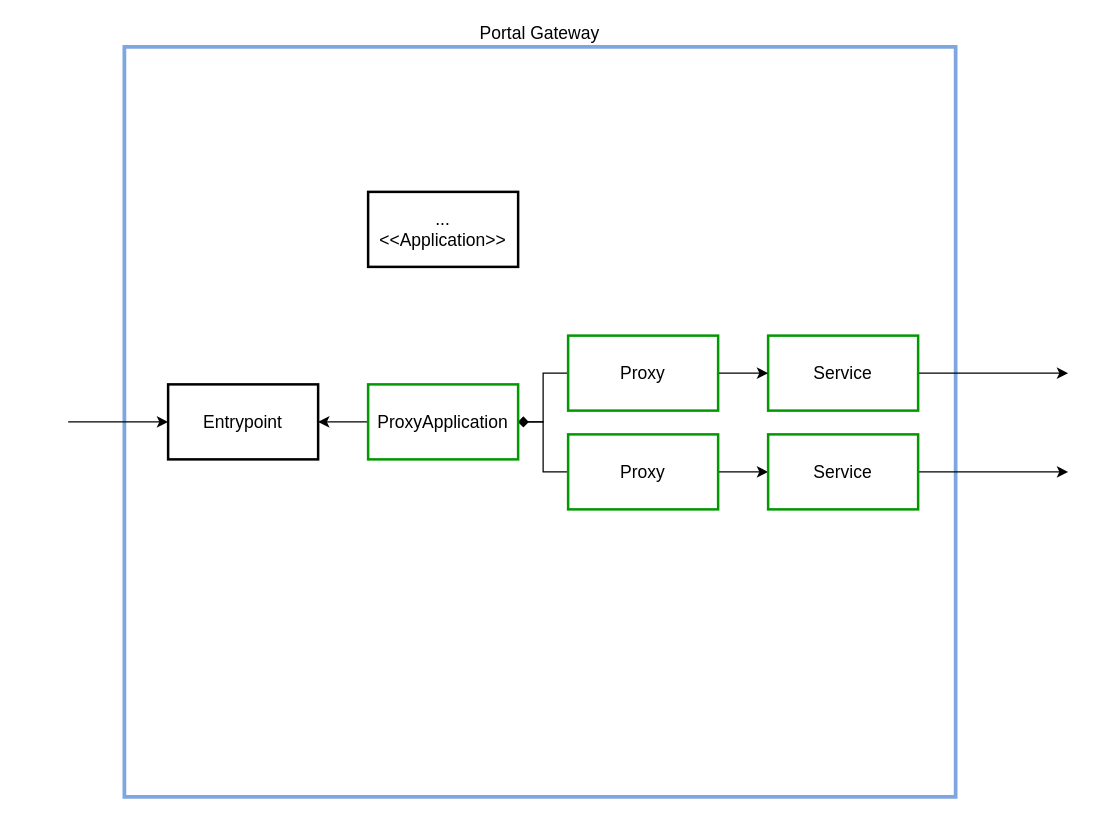
uniport/uniport-gateway keeps this draw.io diagram as page "Page-4" (3 of 10) of .docs/PortalGateway.drawio. Above is the earlier version. Source tidied: cells renumbered, new cells numbered last; positions are measured from the earlier drawing's top-left corner, leaving out a move shared by most shapes. Both pictures are drawn from the tidied source at 125%, with x=0, y=0 at pixel (68, 46).
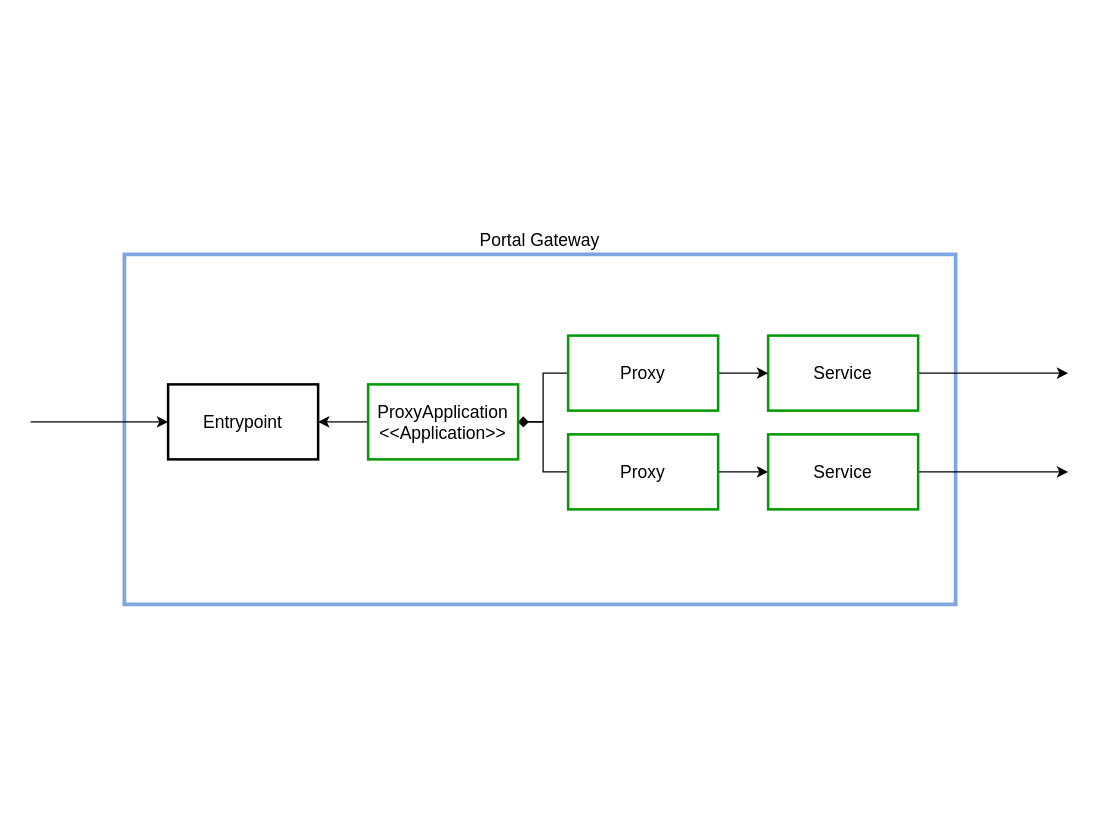
Above is the later version.

The change refers to these unchanged cells:
```xml
<mxCell id="4" value="Entrypoint" style="rounded=0;whiteSpace=wrap;html=1;fontSize=14;align=center;strokeWidth=2;" parent="1" vertex="1">
  <mxGeometry x="80" y="270" width="120" height="60" as="geometry" />
</mxCell>
```

What changed in the source:
```diff
@@
     <mxCell id="2" value="Portal Gateway" style="rounded=0;whiteSpace=wrap;html=1;strokeWidth=3;strokeColor=#7EA6E0;fontSize=14;verticalAlign=bottom;labelPosition=center;verticalLabelPosition=top;align=center;" parent="1" vertex="1">
-      <mxGeometry x="45" width="665" height="600" as="geometry" />
+      <mxGeometry x="45" y="166" width="665" height="280" as="geometry" />
     </mxCell>
     <mxCell id="3" style="edgeStyle=orthogonalEdgeStyle;rounded=0;jettySize=auto;html=1;exitX=0;exitY=0.5;exitDx=0;exitDy=0;startArrow=classic;startFill=1;endArrow=none;endFill=0;fontSize=14;" parent="1" edge="1" source="4">
       <mxGeometry relative="1" as="geometry">
-        <mxPoint y="300" as="targetPoint" />
+        <mxPoint x="-30" y="300" as="targetPoint" />
       </mxGeometry>
     </mxCell>
@@
-    <mxCell id="5" value="...&lt;br&gt;&amp;lt;&amp;lt;Application&amp;gt;&amp;gt;" style="rounded=0;whiteSpace=wrap;html=1;fontSize=14;align=center;strokeWidth=2;" parent="1" vertex="1">
-      <mxGeometry x="240" y="116" width="120" height="60" as="geometry" />
-    </mxCell>
@@
-    <mxCell id="11" value="ProxyApplication" style="rounded=0;whiteSpace=wrap;html=1;fontSize=14;align=center;strokeWidth=2;strokeColor=#009900;" parent="1" vertex="1">
+    <mxCell id="11" value="ProxyApplication&lt;br&gt;&amp;lt;&amp;lt;Application&amp;gt;&amp;gt;" style="rounded=0;whiteSpace=wrap;html=1;fontSize=14;align=center;strokeWidth=2;strokeColor=#009900;" parent="1" vertex="1">
       <mxGeometry x="240" y="270" width="120" height="60" as="geometry" />
     </mxCell>
```
